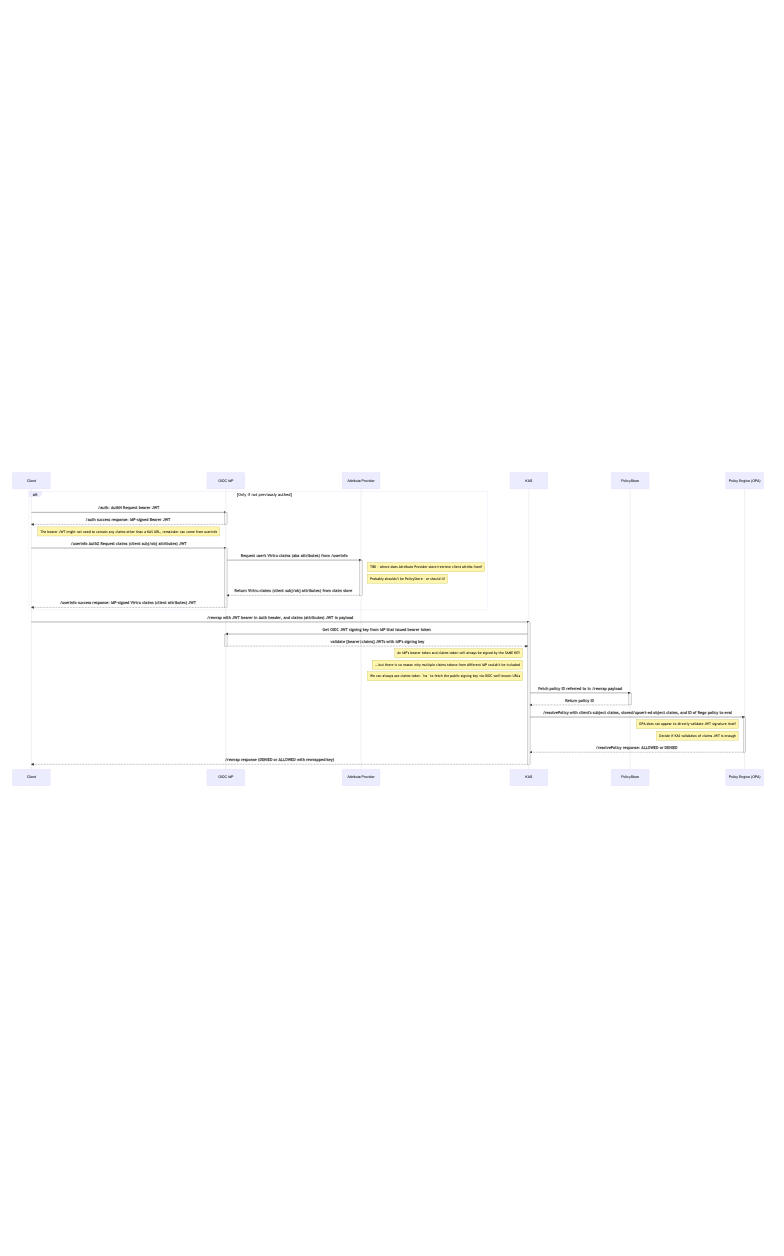
Earlier version of the Mermaid export diagrams/oidc-online-rewrap.png (opentdf/spec). Its source is kept beside it as diagrams/oidc-online-rewrap.mmd.
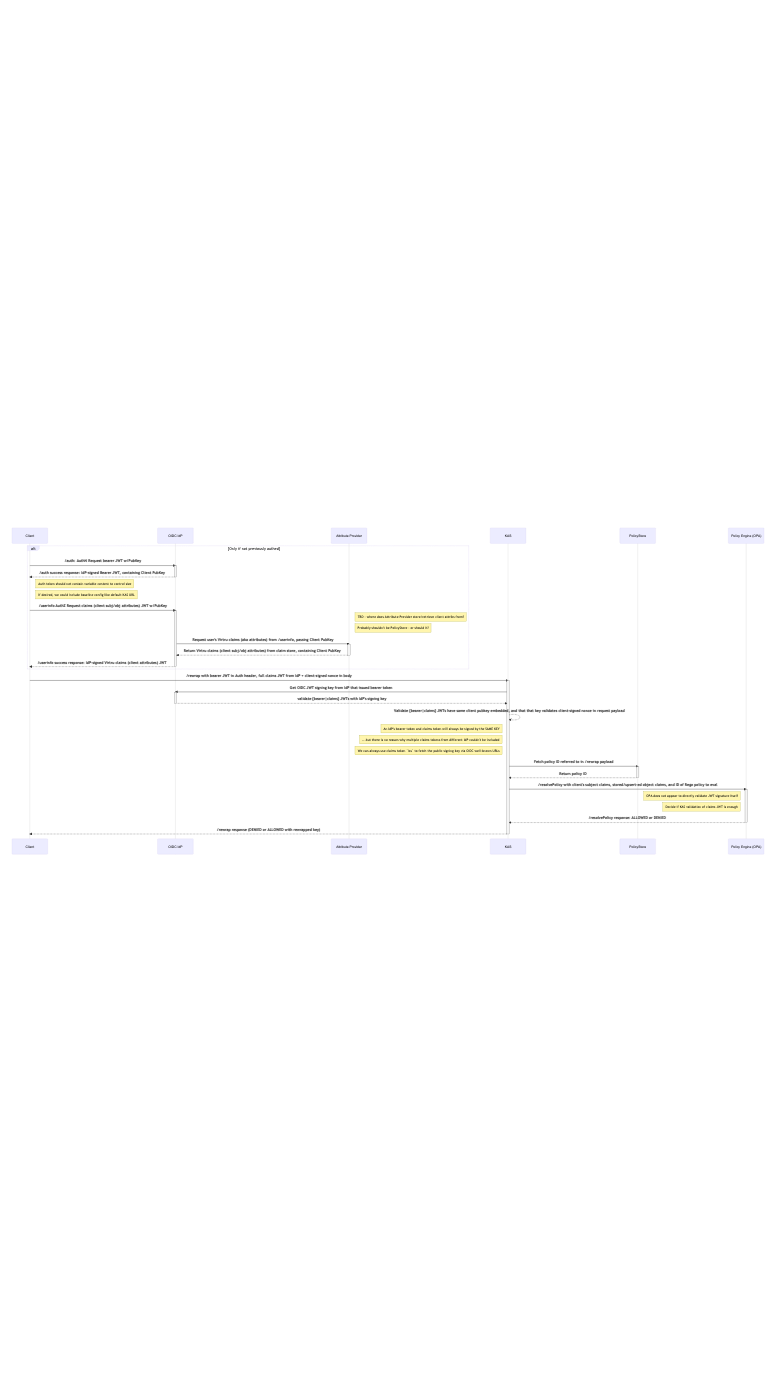
The same file after the commit.

Diff of the diagram source:
```diff
@@ -9,20 +9,23 @@
 
 
     alt Only if not previously authed
-        Client->>+IdP: /auth: AuthN Request bearer JWT
-        IdP-->>-Client: /auth success response: IdP-signed Bearer JWT
-        Note right of Client: The bearer JWT might not need to contain any claims other than a KAS URL, remainder can come from userinfo
+        Client->>+IdP: /auth: AuthN Request bearer JWT w/PubKey
+        IdP-->>-Client: /auth success response: IdP-signed Bearer JWT, containing Client PubKey
+        Note right of Client: Auth token should not contain variable content to control size
+        Note right of Client: If desired, we could include baseline config like default KAS URL
 
-        Client->>+IdP: /userinfo AuthZ Request claims (client subj/obj attributes) JWT
-        IdP->>+Attribute Provider: Request user's Virtru claims (aka attributes) from /userinfo
+        Client->>+IdP: /userinfo AuthZ Request claims (client subj/obj attributes) JWT w/PubKey
         Note right of Attribute Provider: TBD - where does Attribute Provider store/retrieve client attribs from?
         Note right of Attribute Provider: Probably shouldn't be PolicyStore - or should it?
-        Attribute Provider-->>-IdP: Return Virtru claims (client subj/obj attributes) from claim store
+        IdP->>+Attribute Provider: Request user's Virtru claims (aka attributes) from /userinfo, passing Client PubKey
+
+        Attribute Provider-->>-IdP: Return Virtru claims (client subj/obj attributes) from claim store, containing Client PubKey
         IdP-->>-Client: /userinfo success response: IdP-signed Virtru claims (client attributes) JWT
     end
-    Client->>+KAS: /rewrap with JWT bearer in Auth header, and claims (attributes) JWT in payload
+    Client->>+KAS: /rewrap with bearer JWT in Auth header, full claims JWT from IdP + client-signed nonce in body
     KAS->>+IdP: Get OIDC JWT signing key from IdP that issued bearer token
     IdP-->>-KAS: validate {bearer|claims} JWTs with IdP's signing key
+    KAS-->>KAS: Validate {bearer|claims} JWTs have same client pubkey embedded, and that that key validates client-signed nonce in request payload
     Note left of KAS: An IdP's bearer token and claims token will always be signed by the SAME KEY
     Note left of KAS: ...but there is no reason why multiple claims tokens from different IdP couldn't be included
     Note left of KAS: We can always use claims token `iss` to fetch the public signing key via OIDC well-known URLs
```
